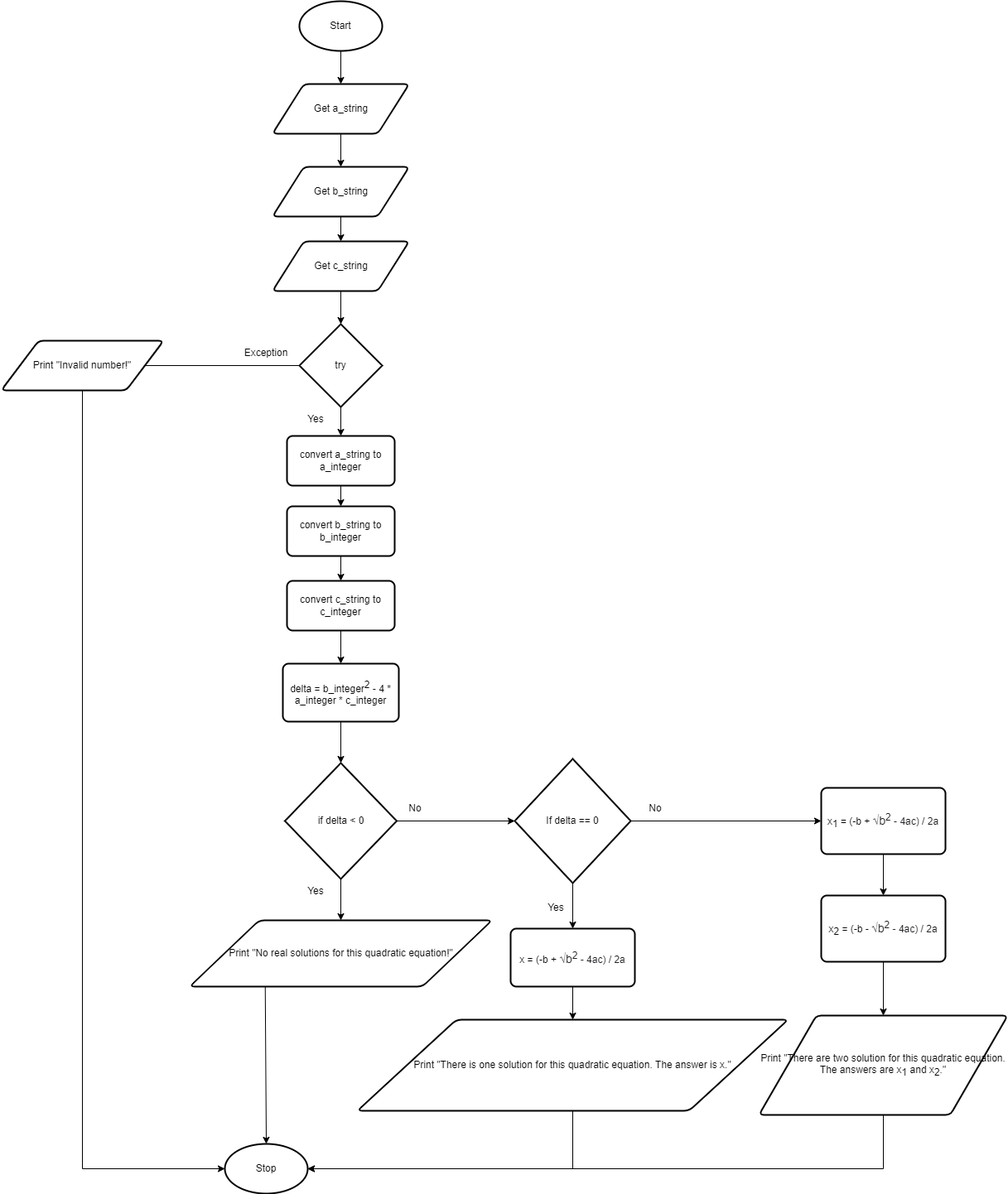
Yiyun-Qin/ICS3U-Assignment4-Python keeps this draw.io diagram as design.quadratic.flowchart.png. Above is the earlier version. Source tidied: cells renumbered, new cells last; positions are measured from the earlier drawing's top-left corner, leaving out a move shared by most shapes.
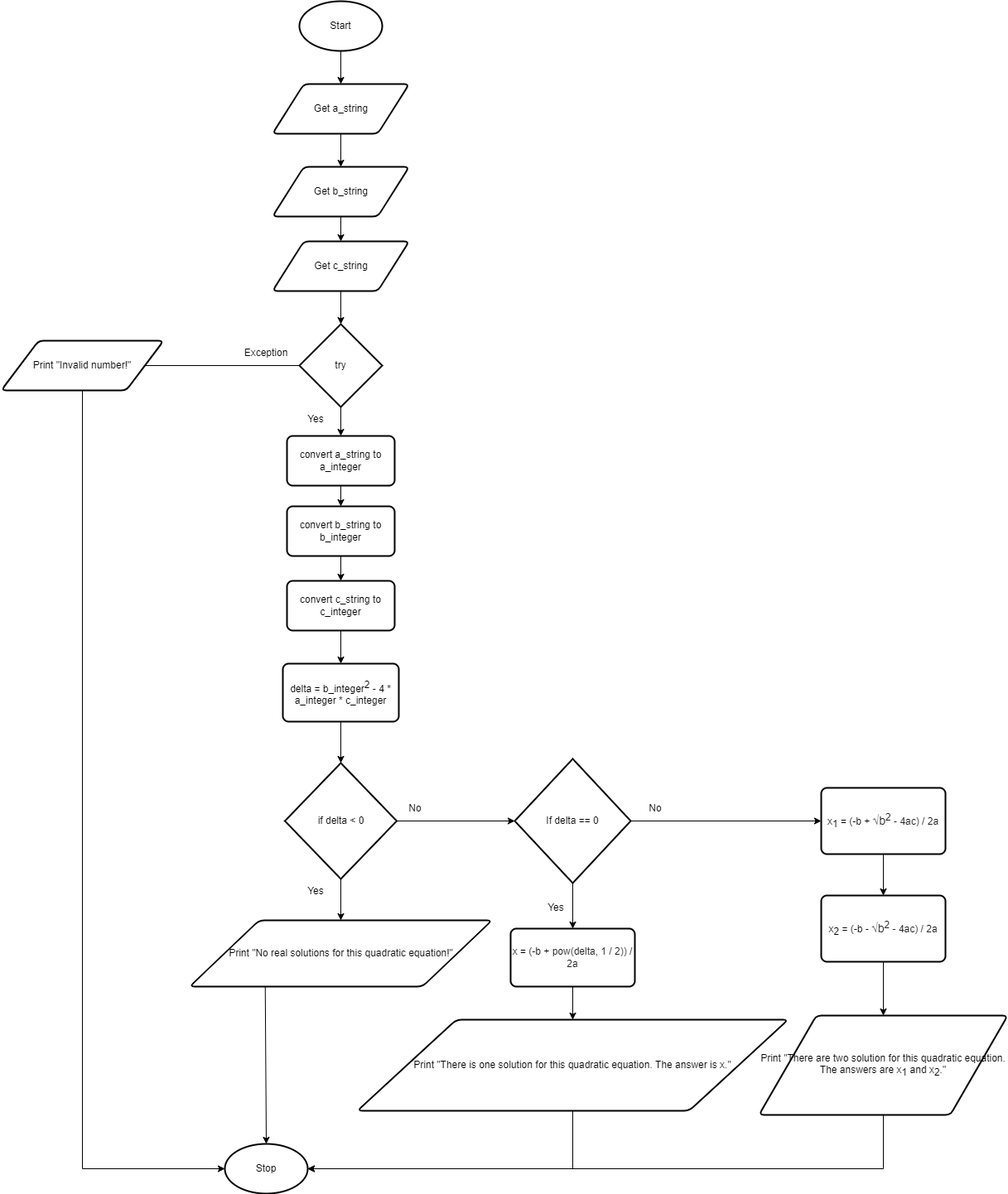
Above is the later version.

Diff of the diagram source:
```diff
@@ -107,7 +107,7 @@
     <mxCell id="36" style="edgeStyle=none;html=1;exitX=0.5;exitY=1;exitDx=0;exitDy=0;entryX=0.5;entryY=0;entryDx=0;entryDy=0;" parent="1" edge="1" source="37" target="39">
       <mxGeometry relative="1" as="geometry" />
     </mxCell>
-    <mxCell id="37" value="x = (-b +&amp;nbsp;&lt;span style=&quot;color: rgb(32 , 33 , 36) ; font-family: &amp;#34;arial&amp;#34; , sans-serif ; font-size: 14px ; background-color: rgb(255 , 255 , 255)&quot;&gt;√b&lt;sup&gt;2&lt;/sup&gt;&lt;/span&gt;&lt;span style=&quot;font-size: 11.6667px ; color: rgb(32 , 33 , 36) ; font-family: &amp;#34;arial&amp;#34; , sans-serif ; background-color: rgb(255 , 255 , 255)&quot;&gt;&amp;nbsp;- 4ac) / 2a&lt;/span&gt;" style="rounded=1;whiteSpace=wrap;html=1;absoluteArcSize=1;arcSize=14;strokeWidth=2;" parent="1" vertex="1">
+    <mxCell id="37" value="x = (-b +&amp;nbsp;&lt;span style=&quot;background-color: rgb(255 , 255 , 255)&quot;&gt;&lt;font color=&quot;#202124&quot;&gt;&lt;font style=&quot;font-size: 12px&quot;&gt;pow(delta, 1 / 2)&lt;/font&gt;&lt;span style=&quot;font-family: &amp;#34;arial&amp;#34; , sans-serif ; font-size: 11.6667px&quot;&gt;) / 2a&lt;/span&gt;&lt;/font&gt;&lt;/span&gt;" style="rounded=1;whiteSpace=wrap;html=1;absoluteArcSize=1;arcSize=14;strokeWidth=2;" parent="1" vertex="1">
       <mxGeometry x="615" y="1120" width="150" height="70" as="geometry" />
     </mxCell>
     <mxCell id="38" style="edgeStyle=orthogonalEdgeStyle;html=1;exitX=0.5;exitY=1;exitDx=0;exitDy=0;entryX=1;entryY=0.5;entryDx=0;entryDy=0;entryPerimeter=0;rounded=0;" parent="1" edge="1" source="39" target="6">
```
